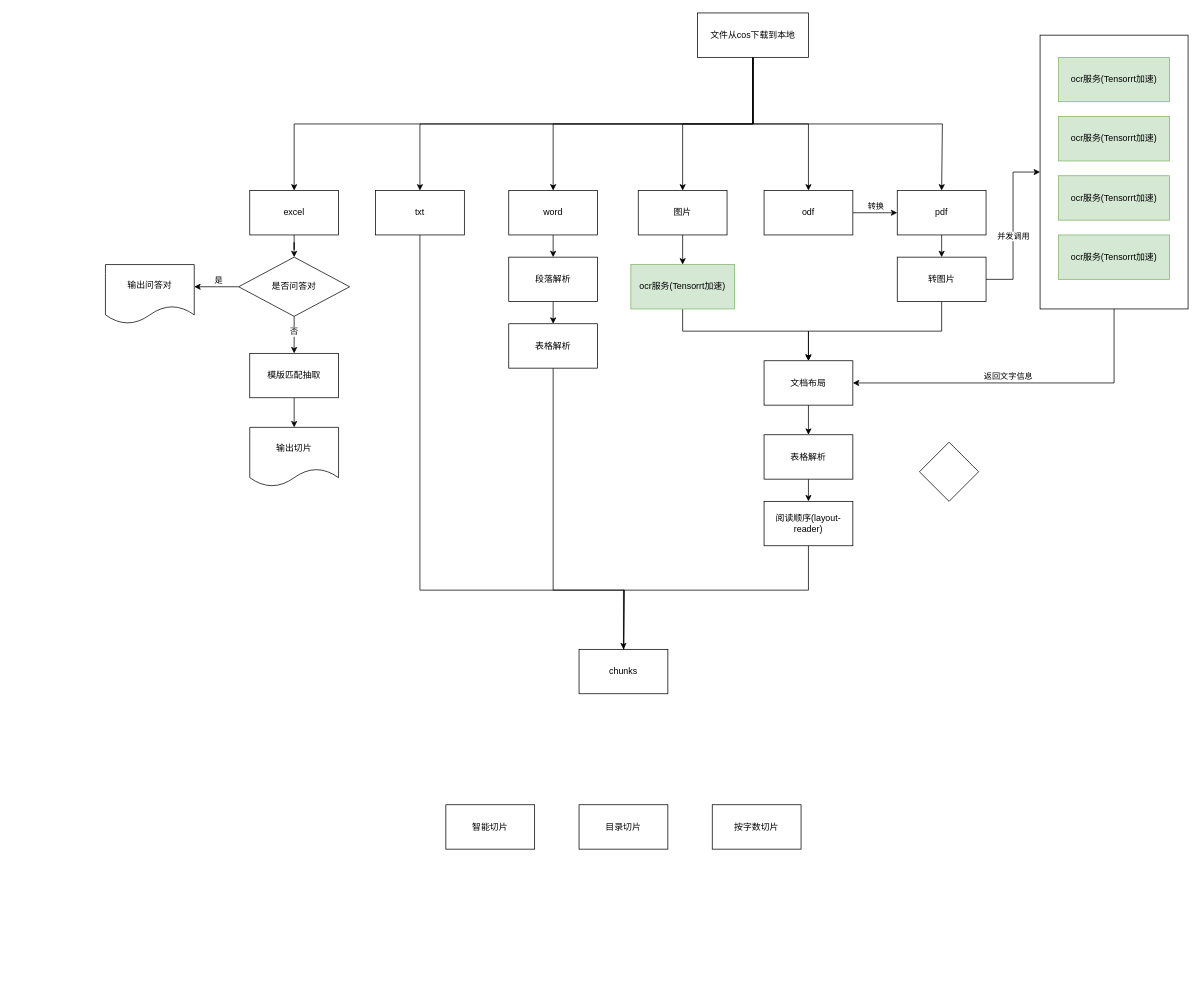
Above: 知识库二期文档处理切片流程.drawio in archwolf118/AI (draw.io), before the change. Source tidied: cells renumbered, new cells numbered last; positions are measured from the earlier drawing's top-left corner, leaving out a move shared by most shapes. Both pictures are drawn from the tidied source at 74%, with x=0, y=0 at pixel (105, 13).
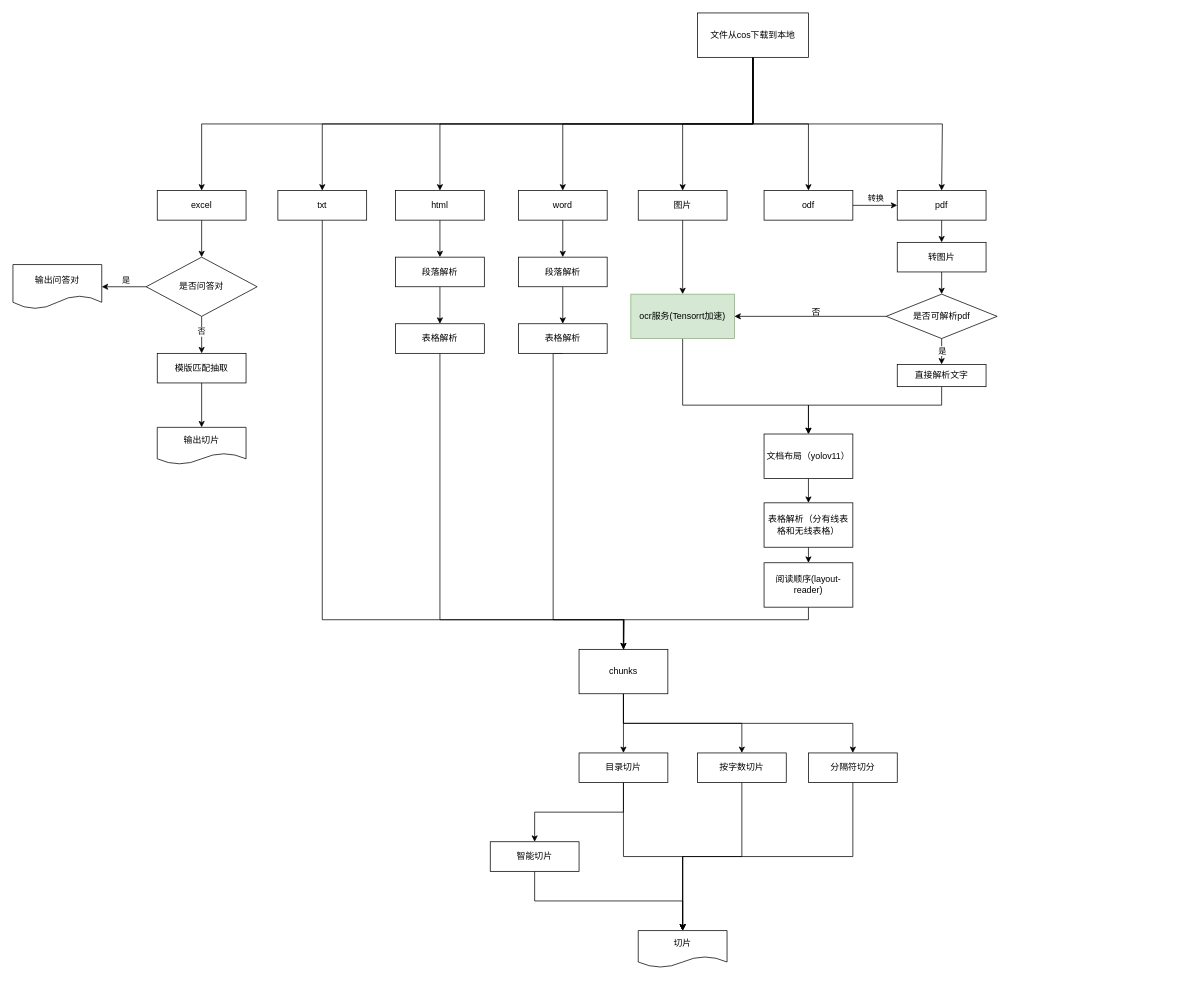
The same diagram, later.

Commit message:
Update 知识库二期文档处理切片流程.drawio

Unchanged cells that the change refers to:
```xml
<mxCell id="8" value="文件从cos下载到本地" style="rounded=0;whiteSpace=wrap;html=1;" parent="1" vertex="1">
  <mxGeometry x="800" width="150" height="60" as="geometry" />
</mxCell>
<mxCell id="46" value="chunks" style="rounded=0;whiteSpace=wrap;html=1;" parent="1" vertex="1">
  <mxGeometry x="640" y="860" width="120" height="60" as="geometry" />
</mxCell>
```

Change to the diagram source:
```diff
@@
+    <mxCell id="60" style="edgeStyle=orthogonalEdgeStyle;rounded=0;jettySize=auto;html=1;exitX=0.5;exitY=1;exitDx=0;exitDy=0;entryX=0.5;entryY=0;entryDx=0;entryDy=0;" parent="1" edge="1" source="8" target="73">
+      <mxGeometry relative="1" as="geometry" />
+    </mxCell>
@@
     <mxCell id="10" value="excel" style="rounded=0;whiteSpace=wrap;html=1;" parent="1" vertex="1">
-      <mxGeometry x="195" y="240" width="120" height="60" as="geometry" />
+      <mxGeometry x="70" y="240" width="120" height="40" as="geometry" />
     </mxCell>
@@
     <mxCell id="12" value="pdf" style="rounded=0;whiteSpace=wrap;html=1;" parent="1" vertex="1">
-      <mxGeometry x="1070" y="240" width="120" height="60" as="geometry" />
+      <mxGeometry x="1070" y="240" width="120" height="40" as="geometry" />
     </mxCell>
@@
     <mxCell id="15" value="odf" style="rounded=0;whiteSpace=wrap;html=1;" parent="1" vertex="1">
-      <mxGeometry x="890" y="240" width="120" height="60" as="geometry" />
+      <mxGeometry x="890" y="240" width="120" height="40" as="geometry" />
     </mxCell>
-    <mxCell id="16" style="edgeStyle=orthogonalEdgeStyle;rounded=0;jettySize=auto;html=1;exitX=1;exitY=0.5;exitDx=0;exitDy=0;entryX=0;entryY=0.5;entryDx=0;entryDy=0;" parent="1" edge="1" source="19" target="29">
-      <mxGeometry relative="1" as="geometry" />
-    </mxCell>
-    <mxCell id="17" value="并发调用" style="edgeLabel;html=1;align=center;verticalAlign=middle;" parent="16" vertex="1">
-      <mxGeometry x="-0.18" y="-2" relative="1" as="geometry">
-        <mxPoint x="-2" y="-6" as="offset" />
-      </mxGeometry>
-    </mxCell>
-    <mxCell id="18" style="edgeStyle=orthogonalEdgeStyle;rounded=0;jettySize=auto;html=1;exitX=0.5;exitY=1;exitDx=0;exitDy=0;entryX=0.5;entryY=0;entryDx=0;entryDy=0;" parent="1" edge="1" source="19" target="27">
-      <mxGeometry relative="1" as="geometry" />
-    </mxCell>
+    <mxCell id="61" style="edgeStyle=orthogonalEdgeStyle;rounded=0;jettySize=auto;html=1;exitX=0.5;exitY=1;exitDx=0;exitDy=0;entryX=0.5;entryY=0;entryDx=0;entryDy=0;" parent="1" edge="1" source="19" target="59">
+      <mxGeometry relative="1" as="geometry" />
+    </mxCell>
     <mxCell id="19" value="转图片" style="rounded=0;whiteSpace=wrap;html=1;" parent="1" vertex="1">
-      <mxGeometry x="1070" y="330" width="120" height="60" as="geometry" />
+      <mxGeometry x="1070" y="310" width="120" height="40" as="geometry" />
     </mxCell>
     <mxCell id="20" style="edgeStyle=orthogonalEdgeStyle;rounded=0;jettySize=auto;html=1;exitX=0.5;exitY=1;exitDx=0;exitDy=0;" parent="1" edge="1" source="21">
       <mxGeometry relative="1" as="geometry">
         <mxPoint x="700" y="900" as="targetPoint" />
         <Array as="points">
-          <mxPoint x="425" y="780" />
-          <mxPoint x="701" y="780" />
+          <mxPoint x="293" y="820" />
+          <mxPoint x="700" y="820" />
         </Array>
       </mxGeometry>
     </mxCell>
     <mxCell id="21" value="txt" style="rounded=0;whiteSpace=wrap;html=1;" parent="1" vertex="1">
-      <mxGeometry x="365" y="240" width="120" height="60" as="geometry" />
+      <mxGeometry x="233" y="240" width="120" height="40" as="geometry" />
     </mxCell>
@@
     <mxCell id="23" value="word" style="rounded=0;whiteSpace=wrap;html=1;" parent="1" vertex="1">
-      <mxGeometry x="545" y="240" width="120" height="60" as="geometry" />
+      <mxGeometry x="558" y="240" width="120" height="40" as="geometry" />
     </mxCell>
@@
     <mxCell id="25" value="图片" style="rounded=0;whiteSpace=wrap;html=1;" parent="1" vertex="1">
-      <mxGeometry x="720" y="240" width="120" height="60" as="geometry" />
+      <mxGeometry x="720" y="240" width="120" height="40" as="geometry" />
     </mxCell>
     <mxCell id="26" style="edgeStyle=orthogonalEdgeStyle;rounded=0;jettySize=auto;html=1;exitX=0.5;exitY=1;exitDx=0;exitDy=0;" parent="1" edge="1" source="27">
       <mxGeometry relative="1" as="geometry">
-        <mxPoint x="950" y="570" as="targetPoint" />
+        <mxPoint x="950" y="662" as="targetPoint" />
       </mxGeometry>
     </mxCell>
-    <mxCell id="27" value="文档布局" style="rounded=0;whiteSpace=wrap;html=1;" parent="1" vertex="1">
-      <mxGeometry x="890" y="470" width="120" height="60" as="geometry" />
+    <mxCell id="27" value="文档布局（yolov11）" style="rounded=0;whiteSpace=wrap;html=1;" parent="1" vertex="1">
+      <mxGeometry x="890" y="569" width="120" height="60" as="geometry" />
     </mxCell>
-    <mxCell id="28" style="group;" parent="1" vertex="1">
-      <mxGeometry x="1263" y="30" width="200" height="370" as="geometry" />
-    </mxCell>
-    <mxCell id="29" style="rounded=0;whiteSpace=wrap;html=1;" parent="28" vertex="1">
-      <mxGeometry width="200" height="370" as="geometry" />
-    </mxCell>
-    <mxCell id="30" value="ocr服务(Tensorrt加速)" style="rounded=0;whiteSpace=wrap;html=1;fillColor=#d5e8d4;strokeColor=#82b366;" parent="28" vertex="1">
-      <mxGeometry x="25" y="30" width="150" height="60" as="geometry" />
-    </mxCell>
-    <mxCell id="31" value="ocr服务(Tensorrt加速)" style="rounded=0;whiteSpace=wrap;html=1;fillColor=#d5e8d4;strokeColor=#82b366;" parent="28" vertex="1">
-      <mxGeometry x="25" y="110" width="150" height="60" as="geometry" />
-    </mxCell>
-    <mxCell id="32" value="ocr服务(Tensorrt加速)" style="rounded=0;whiteSpace=wrap;html=1;fillColor=#d5e8d4;strokeColor=#82b366;" parent="28" vertex="1">
-      <mxGeometry x="25" y="190" width="150" height="60" as="geometry" />
-    </mxCell>
-    <mxCell id="33" value="ocr服务(Tensorrt加速)" style="rounded=0;whiteSpace=wrap;html=1;fillColor=#d5e8d4;strokeColor=#82b366;" parent="28" vertex="1">
-      <mxGeometry x="25" y="270" width="150" height="60" as="geometry" />
-    </mxCell>
-    <mxCell id="34" style="edgeStyle=orthogonalEdgeStyle;rounded=0;jettySize=auto;html=1;exitX=0.5;exitY=1;exitDx=0;exitDy=0;entryX=1;entryY=0.5;entryDx=0;entryDy=0;" parent="1" edge="1" source="29" target="27">
-      <mxGeometry relative="1" as="geometry" />
-    </mxCell>
-    <mxCell id="35" value="返回文字信息" style="edgeLabel;html=1;align=center;verticalAlign=middle;" parent="34" vertex="1">
-      <mxGeometry x="0.06" y="2" relative="1" as="geometry">
-        <mxPoint x="-4" y="-12" as="offset" />
-      </mxGeometry>
-    </mxCell>
@@
-    <mxCell id="37" value="表格解析" style="rounded=0;whiteSpace=wrap;html=1;" parent="1" vertex="1">
-      <mxGeometry x="890" y="570" width="120" height="60" as="geometry" />
+    <mxCell id="37" value="表格解析（分有线表格和无线表格）" style="rounded=0;whiteSpace=wrap;html=1;" parent="1" vertex="1">
+      <mxGeometry x="890" y="662" width="120" height="60" as="geometry" />
     </mxCell>
     <mxCell id="38" style="edgeStyle=orthogonalEdgeStyle;rounded=0;jettySize=auto;html=1;exitX=0.5;exitY=1;exitDx=0;exitDy=0;" parent="1" edge="1" source="39" target="46">
       <mxGeometry relative="1" as="geometry">
         <Array as="points">
-          <mxPoint x="950" y="780" />
-          <mxPoint x="700" y="780" />
+          <mxPoint x="950" y="820" />
+          <mxPoint x="700" y="820" />
         </Array>
       </mxGeometry>
     </mxCell>
     <mxCell id="39" value="阅读顺序(layout-reader&lt;span style=&quot;background-color: initial;&quot;&gt;)&lt;/span&gt;" style="rounded=0;whiteSpace=wrap;html=1;" parent="1" vertex="1">
-      <mxGeometry x="890" y="660" width="120" height="60" as="geometry" />
+      <mxGeometry x="890" y="743" width="120" height="60" as="geometry" />
     </mxCell>
     <mxCell id="40" style="edgeStyle=orthogonalEdgeStyle;rounded=0;jettySize=auto;html=1;exitX=0.5;exitY=1;exitDx=0;exitDy=0;entryX=0.5;entryY=0;entryDx=0;entryDy=0;" parent="1" edge="1" source="41" target="27">
       <mxGeometry relative="1" as="geometry">
         <Array as="points">
-          <mxPoint x="780" y="430" />
-          <mxPoint x="950" y="430" />
+          <mxPoint x="780" y="530" />
+          <mxPoint x="950" y="530" />
         </Array>
       </mxGeometry>
     </mxCell>
     <mxCell id="41" value="ocr服务(Tensorrt加速)" style="rounded=0;whiteSpace=wrap;html=1;fillColor=#d5e8d4;strokeColor=#82b366;" parent="1" vertex="1">
-      <mxGeometry x="710" y="340" width="140" height="60" as="geometry" />
+      <mxGeometry x="710" y="380" width="140" height="60" as="geometry" />
     </mxCell>
@@
     <mxCell id="43" value="段落解析" style="rounded=0;whiteSpace=wrap;html=1;" parent="1" vertex="1">
-      <mxGeometry x="545" y="330" width="120" height="60" as="geometry" />
+      <mxGeometry x="558" y="330" width="120" height="40" as="geometry" />
     </mxCell>
     <mxCell id="44" style="edgeStyle=orthogonalEdgeStyle;rounded=0;jettySize=auto;html=1;exitX=0.5;exitY=1;exitDx=0;exitDy=0;" parent="1" edge="1" source="45">
       <mxGeometry relative="1" as="geometry">
         <mxPoint x="700" y="900" as="targetPoint" />
         <Array as="points">
-          <mxPoint x="605" y="780" />
-          <mxPoint x="701" y="780" />
+          <mxPoint x="605" y="820" />
+          <mxPoint x="701" y="820" />
+          <mxPoint x="701" y="900" />
         </Array>
       </mxGeometry>
     </mxCell>
     <mxCell id="45" value="表格解析" style="rounded=0;whiteSpace=wrap;html=1;" parent="1" vertex="1">
-      <mxGeometry x="545" y="420" width="120" height="60" as="geometry" />
+      <mxGeometry x="558" y="420" width="120" height="40" as="geometry" />
     </mxCell>
+    <mxCell id="62" style="edgeStyle=orthogonalEdgeStyle;rounded=0;jettySize=auto;html=1;exitX=0.5;exitY=1;exitDx=0;exitDy=0;" parent="1" edge="1" source="46" target="56">
+      <mxGeometry relative="1" as="geometry" />
+    </mxCell>
+    <mxCell id="63" style="edgeStyle=orthogonalEdgeStyle;rounded=0;jettySize=auto;html=1;exitX=0.5;exitY=1;exitDx=0;exitDy=0;entryX=0.5;entryY=0;entryDx=0;entryDy=0;" parent="1" edge="1" source="46" target="58">
+      <mxGeometry relative="1" as="geometry" />
+    </mxCell>
+    <mxCell id="64" style="edgeStyle=orthogonalEdgeStyle;rounded=0;jettySize=auto;html=1;exitX=0.5;exitY=1;exitDx=0;exitDy=0;entryX=0.5;entryY=0;entryDx=0;entryDy=0;" parent="1" edge="1" source="46" target="70">
+      <mxGeometry relative="1" as="geometry" />
+    </mxCell>
@@
     <mxCell id="47" style="edgeStyle=orthogonalEdgeStyle;rounded=0;jettySize=auto;html=1;exitX=0;exitY=0.5;exitDx=0;exitDy=0;" parent="1" edge="1" source="51">
       <mxGeometry relative="1" as="geometry">
-        <mxPoint x="120" y="370" as="targetPoint" />
+        <mxPoint x="-5" y="370" as="targetPoint" />
       </mxGeometry>
     </mxCell>
@@
     <mxCell id="49" style="edgeStyle=orthogonalEdgeStyle;rounded=0;jettySize=auto;html=1;exitX=0.5;exitY=1;exitDx=0;exitDy=0;" parent="1" edge="1" source="51">
       <mxGeometry relative="1" as="geometry">
-        <mxPoint x="255" y="460" as="targetPoint" />
+        <mxPoint x="130" y="460" as="targetPoint" />
       </mxGeometry>
     </mxCell>
@@
     <mxCell id="51" value="是否问答对" style="rhombus;whiteSpace=wrap;html=1;" parent="1" vertex="1">
-      <mxGeometry x="180" y="330" width="150" height="80" as="geometry" />
+      <mxGeometry x="55" y="330" width="150" height="80" as="geometry" />
     </mxCell>
@@
     <mxCell id="53" value="模版匹配抽取" style="rounded=0;whiteSpace=wrap;html=1;" parent="1" vertex="1">
-      <mxGeometry x="195" y="460" width="120" height="60" as="geometry" />
+      <mxGeometry x="70" y="460" width="120" height="40" as="geometry" />
     </mxCell>
     <mxCell id="54" value="输出切片" style="shape=document;whiteSpace=wrap;html=1;boundedLbl=1;" parent="1" vertex="1">
-      <mxGeometry x="195" y="560" width="120" height="80" as="geometry" />
+      <mxGeometry x="70" y="560" width="120" height="50" as="geometry" />
     </mxCell>
     <mxCell id="55" value="输出问答对" style="shape=document;whiteSpace=wrap;html=1;boundedLbl=1;" parent="1" vertex="1">
-      <mxGeometry y="340" width="120" height="80" as="geometry" />
+      <mxGeometry x="-125" y="340" width="120" height="60" as="geometry" />
     </mxCell>
+    <mxCell id="65" style="edgeStyle=orthogonalEdgeStyle;rounded=0;jettySize=auto;html=1;exitX=0.5;exitY=1;exitDx=0;exitDy=0;entryX=0.5;entryY=0;entryDx=0;entryDy=0;" parent="1" edge="1" source="56" target="57">
+      <mxGeometry relative="1" as="geometry" />
+    </mxCell>
+    <mxCell id="66" style="edgeStyle=orthogonalEdgeStyle;rounded=0;jettySize=auto;html=1;exitX=0.5;exitY=1;exitDx=0;exitDy=0;entryX=0.5;entryY=0;entryDx=0;entryDy=0;" parent="1" edge="1" source="56" target="71">
+      <mxGeometry relative="1" as="geometry" />
+    </mxCell>
     <mxCell id="56" value="目录切片" style="rounded=0;whiteSpace=wrap;html=1;" parent="1" vertex="1">
-      <mxGeometry x="640" y="1070" width="120" height="60" as="geometry" />
+      <mxGeometry x="640" y="1000" width="120" height="40" as="geometry" />
     </mxCell>
+    <mxCell id="67" style="edgeStyle=orthogonalEdgeStyle;rounded=0;jettySize=auto;html=1;exitX=0.5;exitY=1;exitDx=0;exitDy=0;entryX=0.5;entryY=0;entryDx=0;entryDy=0;" parent="1" edge="1" source="57" target="71">
+      <mxGeometry relative="1" as="geometry" />
+    </mxCell>
     <mxCell id="57" value="智能切片" style="rounded=0;whiteSpace=wrap;html=1;" parent="1" vertex="1">
-      <mxGeometry x="460" y="1070" width="120" height="60" as="geometry" />
+      <mxGeometry x="520" y="1120" width="120" height="40" as="geometry" />
     </mxCell>
+    <mxCell id="68" style="edgeStyle=orthogonalEdgeStyle;rounded=0;jettySize=auto;html=1;exitX=0.5;exitY=1;exitDx=0;exitDy=0;entryX=0.5;entryY=0;entryDx=0;entryDy=0;" parent="1" edge="1" source="58" target="71">
+      <mxGeometry relative="1" as="geometry" />
+    </mxCell>
     <mxCell id="58" value="按字数切片" style="rounded=0;whiteSpace=wrap;html=1;" parent="1" vertex="1">
-      <mxGeometry x="820" y="1070" width="120" height="60" as="geometry" />
+      <mxGeometry x="800" y="1000" width="120" height="40" as="geometry" />
     </mxCell>
+    <mxCell id="69" style="edgeStyle=orthogonalEdgeStyle;rounded=0;jettySize=auto;html=1;exitX=0.5;exitY=1;exitDx=0;exitDy=0;entryX=0.5;entryY=0;entryDx=0;entryDy=0;" parent="1" edge="1" source="70" target="71">
+      <mxGeometry relative="1" as="geometry" />
+    </mxCell>
+    <mxCell id="70" value="分隔符切分" style="rounded=0;whiteSpace=wrap;html=1;" parent="1" vertex="1">
+      <mxGeometry x="950" y="1000" width="120" height="40" as="geometry" />
+    </mxCell>
+    <mxCell id="71" value="切片" style="shape=document;whiteSpace=wrap;html=1;boundedLbl=1;" parent="1" vertex="1">
+      <mxGeometry x="720" y="1240" width="120" height="50" as="geometry" />
+    </mxCell>
+    <mxCell id="72" style="edgeStyle=orthogonalEdgeStyle;rounded=0;jettySize=auto;html=1;exitX=0.5;exitY=1;exitDx=0;exitDy=0;entryX=0.5;entryY=0;entryDx=0;entryDy=0;" parent="1" edge="1" source="73" target="75">
+      <mxGeometry relative="1" as="geometry" />
+    </mxCell>
+    <mxCell id="73" value="html" style="rounded=0;whiteSpace=wrap;html=1;" parent="1" vertex="1">
+      <mxGeometry x="392" y="240" width="120" height="40" as="geometry" />
+    </mxCell>
+    <mxCell id="74" style="edgeStyle=orthogonalEdgeStyle;rounded=0;jettySize=auto;html=1;exitX=0.5;exitY=1;exitDx=0;exitDy=0;entryX=0.5;entryY=0;entryDx=0;entryDy=0;" parent="1" edge="1" source="75" target="77">
+      <mxGeometry relative="1" as="geometry" />
+    </mxCell>
+    <mxCell id="75" value="段落解析" style="rounded=0;whiteSpace=wrap;html=1;" parent="1" vertex="1">
+      <mxGeometry x="392" y="330" width="120" height="40" as="geometry" />
+    </mxCell>
+    <mxCell id="76" style="edgeStyle=orthogonalEdgeStyle;rounded=0;jettySize=auto;html=1;exitX=0.5;exitY=1;exitDx=0;exitDy=0;entryX=0.5;entryY=0;entryDx=0;entryDy=0;" parent="1" edge="1" source="77" target="46">
+      <mxGeometry relative="1" as="geometry">
+        <Array as="points">
+          <mxPoint x="452" y="820" />
+          <mxPoint x="700" y="820" />
+        </Array>
+      </mxGeometry>
+    </mxCell>
+    <mxCell id="77" value="表格解析" style="rounded=0;whiteSpace=wrap;html=1;" parent="1" vertex="1">
+      <mxGeometry x="392" y="420" width="120" height="40" as="geometry" />
+    </mxCell>
+    <mxCell id="78" style="edgeStyle=orthogonalEdgeStyle;rounded=0;jettySize=auto;html=1;exitX=0.5;exitY=1;exitDx=0;exitDy=0;entryX=0.5;entryY=0;entryDx=0;entryDy=0;" parent="1" edge="1" source="59" target="82">
+      <mxGeometry relative="1" as="geometry" />
+    </mxCell>
+    <mxCell id="79" value="是" style="edgeLabel;html=1;align=center;verticalAlign=middle;" parent="78" vertex="1">
+      <mxGeometry x="-0.1" relative="1" as="geometry" />
+    </mxCell>
+    <mxCell id="80" style="edgeStyle=orthogonalEdgeStyle;rounded=0;jettySize=auto;html=1;exitX=0;exitY=0.5;exitDx=0;exitDy=0;entryX=1;entryY=0.5;entryDx=0;entryDy=0;" parent="1" edge="1" source="59" target="41">
+      <mxGeometry relative="1" as="geometry" />
+    </mxCell>
-    <mxCell id="59" style="rhombus;whiteSpace=wrap;html=1;" parent="1" vertex="1">
-      <mxGeometry x="1100" y="580" width="80" height="80" as="geometry" />
+    <mxCell id="59" value="是否可解析pdf" style="rhombus;whiteSpace=wrap;html=1;" parent="1" vertex="1">
+      <mxGeometry x="1055" y="380" width="150" height="60" as="geometry" />
     </mxCell>
+    <mxCell id="81" style="edgeStyle=orthogonalEdgeStyle;rounded=0;jettySize=auto;html=1;exitX=0.5;exitY=1;exitDx=0;exitDy=0;entryX=0.5;entryY=0;entryDx=0;entryDy=0;" parent="1" edge="1" source="82" target="27">
+      <mxGeometry relative="1" as="geometry">
+        <Array as="points">
+          <mxPoint x="1130" y="530" />
+          <mxPoint x="950" y="530" />
+        </Array>
+      </mxGeometry>
+    </mxCell>
+    <mxCell id="82" value="直接解析文字" style="rounded=0;whiteSpace=wrap;html=1;" parent="1" vertex="1">
+      <mxGeometry x="1070" y="475" width="120" height="30" as="geometry" />
+    </mxCell>
+    <mxCell id="83" value="否" style="text;html=1;align=center;verticalAlign=middle;strokeColor=none;fillColor=none;" parent="1" vertex="1">
+      <mxGeometry x="940" y="390" width="40" height="30" as="geometry" />
+    </mxCell>
```
